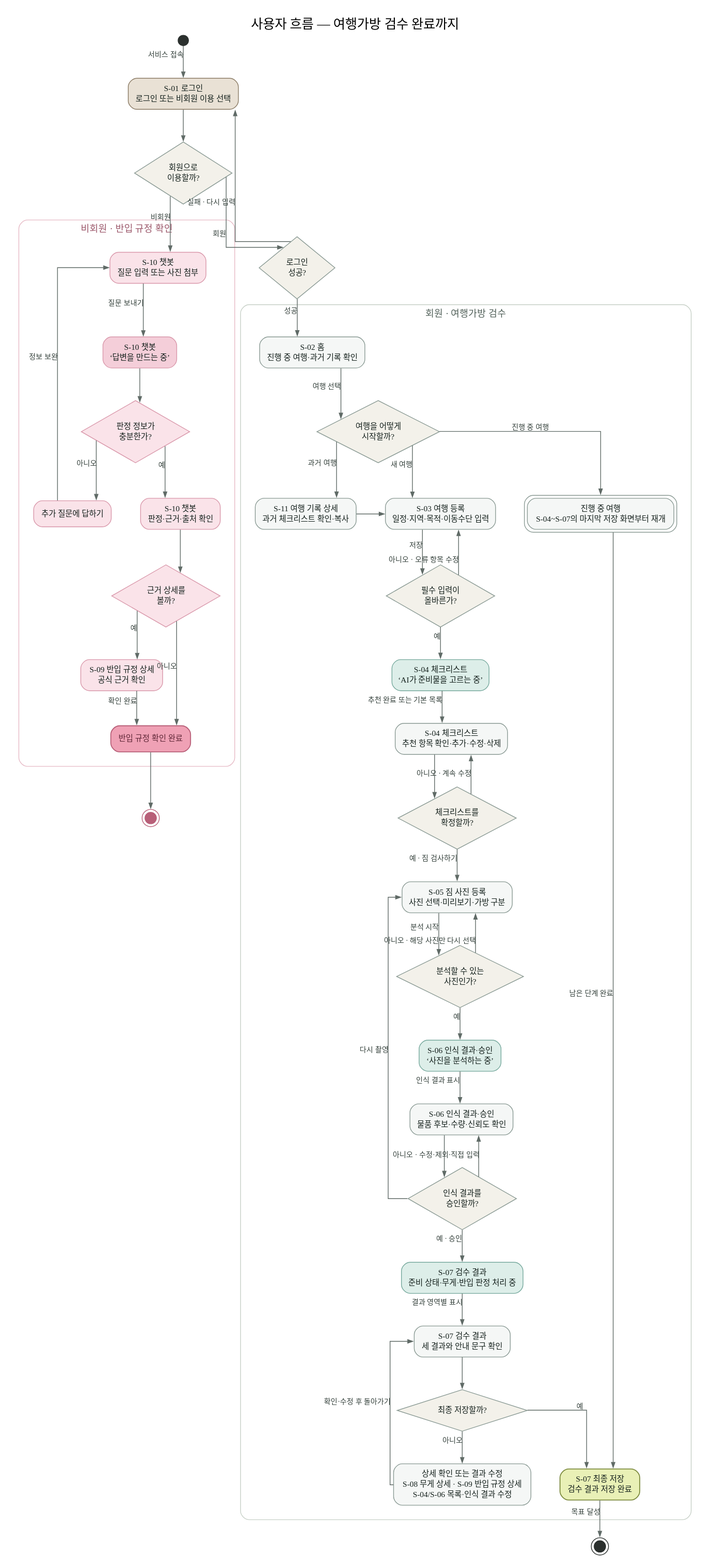
Earlier version of the PlantUML export docs/images/03-userflow.svg (SangMyeong5426/skala-mini-ai-web-service). Its source is kept beside it as docs/images/03-userflow.puml.
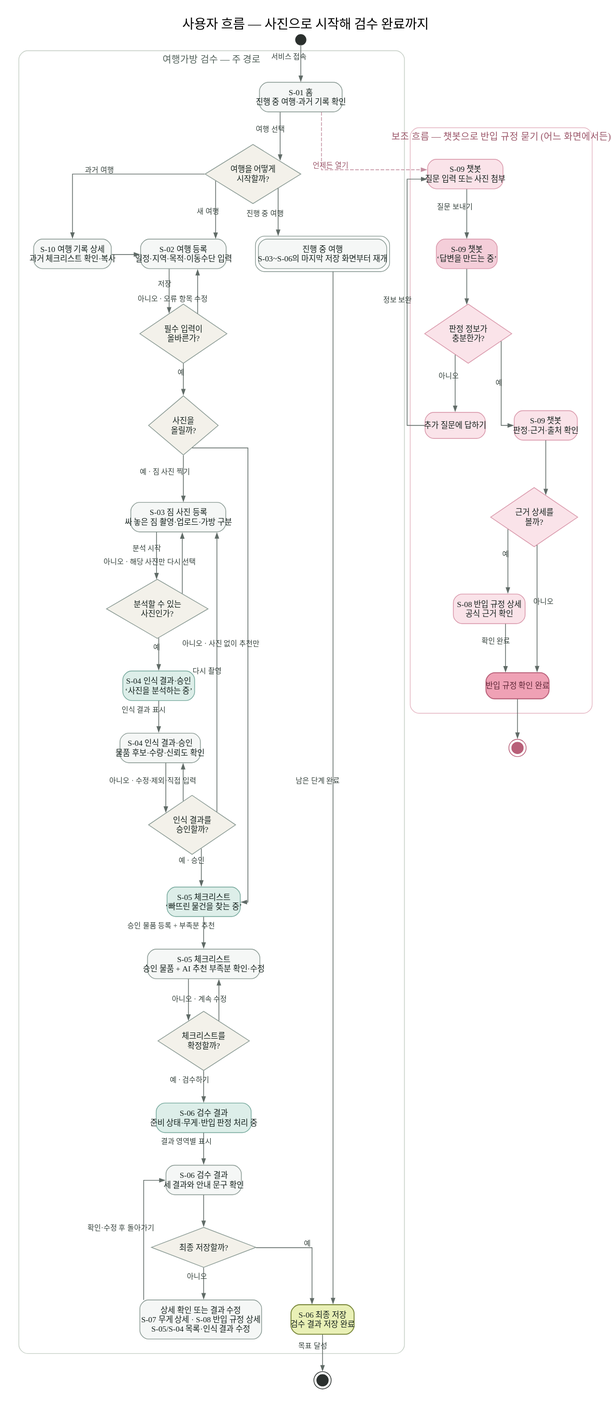
The same file after the commit.

Diff of the diagram source:
```diff
@@ -9,7 +9,7 @@
     bgcolor="#FFFFFF",
     fontname="Apple SD Gothic Neo",
     fontsize=18,
-    label="사용자 흐름 — 여행가방 검수 완료까지",
+    label="사용자 흐름 — 사진으로 시작해 검수 완료까지",
     labelloc=t
   ]
 
@@ -35,17 +35,9 @@
   ]
 
   start [shape=circle, label="", width=0.20, fixedsize=true, fillcolor="#2B302E", color="#2B302E"]
-  entry [label="S-01 로그인\n로그인 또는 비회원 이용 선택", fillcolor="#E9E1D5", color="#8B7B65"]
-  member_choice [shape=diamond, label="회원으로\n이용할까?", style=filled, fillcolor="#F3F1EA"]
-  login_check [shape=diamond, label="로그인\n성공?", style=filled, fillcolor="#F3F1EA"]
 
-  start -> entry [xlabel="서비스 접속"]
-  entry -> member_choice
-  member_choice -> login_check [xlabel="회원"]
-  login_check -> entry [xlabel="실패 · 다시 입력", constraint=false]
-
-  subgraph cluster_member {
-    label="회원 · 여행가방 검수";
+  subgraph cluster_main {
+    label="여행가방 검수 — 주 경로";
     labelloc=t;
     color="#C7D0C7";
     fontcolor="#516059";
@@ -54,28 +46,30 @@
     style="rounded";
     margin=20;
 
-    home [label="S-02 홈\n진행 중 여행·과거 기록 확인"]
+    home [label="S-01 홈\n진행 중 여행·과거 기록 확인"]
     trip_route [shape=diamond, label="여행을 어떻게\n시작할까?", style=filled, fillcolor="#F3F1EA"]
-    trip [label="S-03 여행 등록\n일정·지역·목적·이동수단 입력"]
-    history [label="S-11 여행 기록 상세\n과거 체크리스트 확인·복사"]
-    resume [label="진행 중 여행\nS-04~S-07의 마지막 저장 화면부터 재개", peripheries=2]
+    trip [label="S-02 여행 등록\n일정·지역·목적·이동수단 입력"]
+    history [label="S-10 여행 기록 상세\n과거 체크리스트 확인·복사"]
+    resume [label="진행 중 여행\nS-03~S-06의 마지막 저장 화면부터 재개", peripheries=2]
     trip_valid [shape=diamond, label="필수 입력이\n올바른가?", style=filled, fillcolor="#F3F1EA"]
 
-    list_loading [label="S-04 체크리스트\n‘AI가 준비물을 고르는 중’", fillcolor="#DDEEE9", color="#75A89C"]
-    list [label="S-04 체크리스트\n추천 항목 확인·추가·수정·삭제"]
+    photo [label="S-03 짐 사진 등록\n싸 놓은 짐 촬영·업로드·가방 구분"]
+    photo_route [shape=diamond, label="사진을\n올릴까?", style=filled, fillcolor="#F3F1EA"]
+    photo_valid [shape=diamond, label="분석할 수 있는\n사진인가?", style=filled, fillcolor="#F3F1EA"]
+
+    item_loading [label="S-04 인식 결과·승인\n‘사진을 분석하는 중’", fillcolor="#DDEEE9", color="#75A89C"]
+    item_review [label="S-04 인식 결과·승인\n물품 후보·수량·신뢰도 확인"]
+    item_action [shape=diamond, label="인식 결과를\n승인할까?", style=filled, fillcolor="#F3F1EA"]
+
+    list_loading [label="S-05 체크리스트\n‘빠뜨린 물건을 찾는 중’", fillcolor="#DDEEE9", color="#75A89C"]
+    list [label="S-05 체크리스트\n승인 물품 + AI 추천 부족분 확인·수정"]
     list_done [shape=diamond, label="체크리스트를\n확정할까?", style=filled, fillcolor="#F3F1EA"]
 
-    photo [label="S-05 짐 사진 등록\n사진 선택·미리보기·가방 구분"]
-    photo_valid [shape=diamond, label="분석할 수 있는\n사진인가?", style=filled, fillcolor="#F3F1EA"]
-    item_loading [label="S-06 인식 결과·승인\n‘사진을 분석하는 중’", fillcolor="#DDEEE9", color="#75A89C"]
-    item_review [label="S-06 인식 결과·승인\n물품 후보·수량·신뢰도 확인"]
-    item_action [shape=diamond, label="인식 결과를\n승인할까?", style=filled, fillcolor="#F3F1EA"]
-
-    result_loading [label="S-07 검수 결과\n준비 상태·무게·반입 판정 처리 중", fillcolor="#DDEEE9", color="#75A89C"]
-    result [label="S-07 검수 결과\n세 결과와 안내 문구 확인"]
+    result_loading [label="S-06 검수 결과\n준비 상태·무게·반입 판정 처리 중", fillcolor="#DDEEE9", color="#75A89C"]
+    result [label="S-06 검수 결과\n세 결과와 안내 문구 확인"]
     result_action [shape=diamond, label="최종 저장할까?", style=filled, fillcolor="#F3F1EA"]
-    follow_up [label="상세 확인 또는 결과 수정\nS-08 무게 상세 · S-09 반입 규정 상세\nS-04/S-06 목록·인식 결과 수정"]
-    saved [label="S-07 최종 저장\n검수 결과 저장 완료", fillcolor="#E9F0B6", color="#7D8B3F", penwidth=1.3]
+    follow_up [label="상세 확인 또는 결과 수정\nS-07 무게 상세 · S-08 반입 규정 상세\nS-05/S-04 목록·인식 결과 수정"]
+    saved [label="S-06 최종 저장\n검수 결과 저장 완료", fillcolor="#E9F0B6", color="#7D8B3F", penwidth=1.3]
 
     home -> trip_route [xlabel="여행 선택"]
     trip_route -> trip [xlabel="새 여행"]
@@ -85,20 +79,25 @@
 
     trip -> trip_valid [xlabel="저장"]
     trip_valid -> trip [xlabel="아니오 · 오류 항목 수정", constraint=false]
-    trip_valid -> list_loading [xlabel="예"]
-    list_loading -> list [xlabel="추천 완료 또는 기본 목록"]
-    list -> list_done
-    list_done -> list [xlabel="아니오 · 계속 수정", constraint=false]
-    list_done -> photo [xlabel="예 · 짐 검사하기"]
+    trip_valid -> photo_route [xlabel="예"]
+
+    photo_route -> photo [xlabel="예 · 짐 사진 찍기"]
+    photo_route -> list_loading [xlabel="아니오 · 사진 없이 추천만"]
 
     photo -> photo_valid [xlabel="분석 시작"]
     photo_valid -> photo [xlabel="아니오 · 해당 사진만 다시 선택", constraint=false]
     photo_valid -> item_loading [xlabel="예"]
+
     item_loading -> item_review [xlabel="인식 결과 표시"]
     item_review -> item_action
     item_action -> item_review [xlabel="아니오 · 수정·제외·직접 입력", constraint=false]
     item_action -> photo [xlabel="다시 촬영", constraint=false]
-    item_action -> result_loading [xlabel="예 · 승인"]
+    item_action -> list_loading [xlabel="예 · 승인"]
+
+    list_loading -> list [xlabel="승인 물품 등록 + 부족분 추천"]
+    list -> list_done
+    list_done -> list [xlabel="아니오 · 계속 수정", constraint=false]
+    list_done -> result_loading [xlabel="예 · 검수하기"]
 
     result_loading -> result [xlabel="결과 영역별 표시"]
     result -> result_action
@@ -110,8 +109,8 @@
     { rank=same; trip; history; resume }
   }
 
-  subgraph cluster_guest {
-    label="비회원 · 반입 규정 확인";
+  subgraph cluster_chat {
+    label="보조 흐름 — 챗봇으로 반입 규정 묻기 (어느 화면에서든)";
     labelloc=t;
     color="#E6B9C5";
     fontcolor="#9B5669";
@@ -120,32 +119,32 @@
     style="rounded";
     margin=20;
 
-    chat [label="S-10 챗봇\n질문 입력 또는 사진 첨부", fillcolor="#FAE3E9", color="#D997AA"]
-    chat_loading [label="S-10 챗봇\n‘답변을 만드는 중’", fillcolor="#F4CED9", color="#D997AA"]
+    chat [label="S-09 챗봇\n질문 입력 또는 사진 첨부", fillcolor="#FAE3E9", color="#D997AA"]
+    chat_loading [label="S-09 챗봇\n‘답변을 만드는 중’", fillcolor="#F4CED9", color="#D997AA"]
     chat_info [shape=diamond, label="판정 정보가\n충분한가?", style=filled, fillcolor="#FAE3E9", color="#D997AA"]
     add_info [label="추가 질문에 답하기", fillcolor="#FAE3E9", color="#D997AA"]
-    chat_result [label="S-10 챗봇\n판정·근거·출처 확인", fillcolor="#FAE3E9", color="#D997AA"]
-    guest_detail [shape=diamond, label="근거 상세를\n볼까?", style=filled, fillcolor="#FAE3E9", color="#D997AA"]
-    guest_rule [label="S-09 반입 규정 상세\n공식 근거 확인", fillcolor="#FAE3E9", color="#D997AA"]
-    guest_done [label="반입 규정 확인 완료", fillcolor="#EFA1B5", color="#B85F78", fontcolor="#5E2636", penwidth=1.3]
+    chat_result [label="S-09 챗봇\n판정·근거·출처 확인", fillcolor="#FAE3E9", color="#D997AA"]
+    chat_detail [shape=diamond, label="근거 상세를\n볼까?", style=filled, fillcolor="#FAE3E9", color="#D997AA"]
+    chat_rule [label="S-08 반입 규정 상세\n공식 근거 확인", fillcolor="#FAE3E9", color="#D997AA"]
+    chat_done [label="반입 규정 확인 완료", fillcolor="#EFA1B5", color="#B85F78", fontcolor="#5E2636", penwidth=1.3]
 
     chat -> chat_loading [xlabel="질문 보내기"]
     chat_loading -> chat_info
     chat_info -> add_info [xlabel="아니오"]
     add_info -> chat [xlabel="정보 보완", constraint=false]
     chat_info -> chat_result [xlabel="예"]
-    chat_result -> guest_detail
-    guest_detail -> guest_rule [xlabel="예"]
-    guest_detail -> guest_done [xlabel="아니오"]
-    guest_rule -> guest_done [xlabel="확인 완료"]
+    chat_result -> chat_detail
+    chat_detail -> chat_rule [xlabel="예"]
+    chat_detail -> chat_done [xlabel="아니오"]
+    chat_rule -> chat_done [xlabel="확인 완료"]
   }
 
-  member_choice -> chat [xlabel="비회원"]
-  login_check -> home [xlabel="성공"]
+  start -> home [xlabel="서비스 접속"]
+  home -> chat [xlabel="언제든 열기", style=dashed, color="#C48EA0", fontcolor="#9B5669"]
 
-  member_done [shape=doublecircle, label="", width=0.22, fixedsize=true, fillcolor="#2B302E", color="#2B302E"]
-  guest_end [shape=doublecircle, label="", width=0.22, fixedsize=true, fillcolor="#B85F78", color="#B85F78"]
-  saved -> member_done [xlabel="목표 달성"]
-  guest_done -> guest_end
+  main_done [shape=doublecircle, label="", width=0.22, fixedsize=true, fillcolor="#2B302E", color="#2B302E"]
+  chat_end [shape=doublecircle, label="", width=0.22, fixedsize=true, fillcolor="#B85F78", color="#B85F78"]
+  saved -> main_done [xlabel="목표 달성"]
+  chat_done -> chat_end
 }
 @enddot
```
